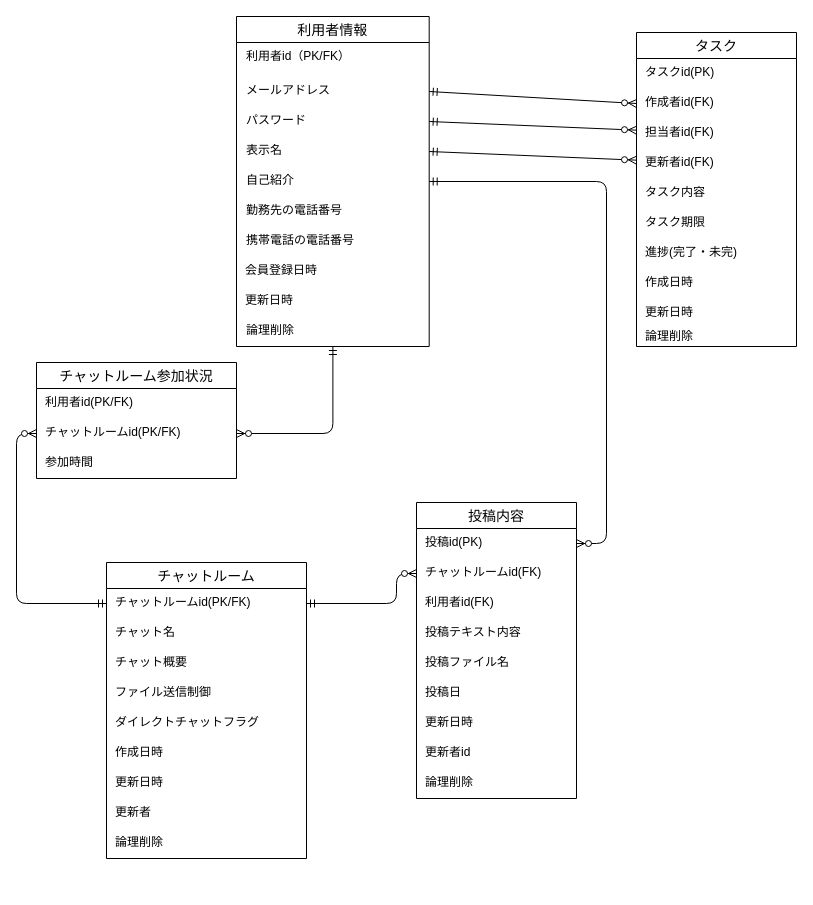
ytaka0407/quelcode-db keeps this draw.io diagram as db/db-challenge1/チャットルームER図.drawio. Above is the earlier version. Source tidied: cells renumbered, new cells numbered last; positions are measured from the earlier drawing's top-left corner, leaving out a move shared by most shapes. Both pictures are drawn from the tidied source at 100%, with x=0, y=0 at pixel (16, 16).
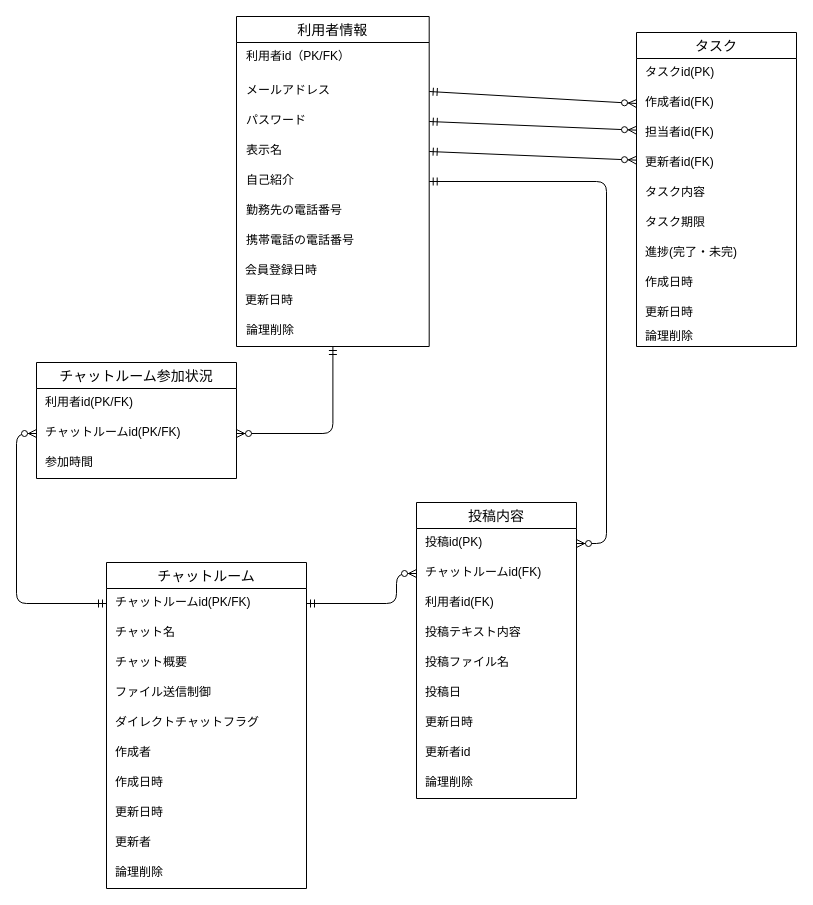
The same page after the edit.

Commit message:
チャットルームに作成者のカラムを追加

What changed in the source:
```diff
@@
     <mxCell id="31" value="チャットルーム" style="swimlane;fontStyle=0;horizontal=1;startSize=26;align=center;fontSize=14;" parent="1" vertex="1">
-      <mxGeometry x="90" y="546" width="200" height="296" as="geometry" />
+      <mxGeometry x="90" y="546" width="200" height="326" as="geometry" />
     </mxCell>
@@
+    <mxCell id="55" value="作成者" style="text;strokeColor=none;fillColor=none;spacingLeft=7;spacingRight=4;overflow=hidden;fontSize=12;" parent="31" vertex="1">
+      <mxGeometry y="176" width="200" height="30" as="geometry" />
+    </mxCell>
     <mxCell id="37" value="作成日時" style="text;strokeColor=none;fillColor=none;spacingLeft=7;spacingRight=4;overflow=hidden;fontSize=12;" parent="31" vertex="1">
-      <mxGeometry y="176" width="200" height="30" as="geometry" />
+      <mxGeometry y="206" width="200" height="30" as="geometry" />
     </mxCell>
     <mxCell id="38" value="更新日時" style="text;strokeColor=none;fillColor=none;spacingLeft=7;spacingRight=4;overflow=hidden;fontSize=12;" parent="31" vertex="1">
-      <mxGeometry y="206" width="200" height="30" as="geometry" />
+      <mxGeometry y="236" width="200" height="30" as="geometry" />
     </mxCell>
     <mxCell id="39" value="更新者" style="text;strokeColor=none;fillColor=none;spacingLeft=7;spacingRight=4;overflow=hidden;fontSize=12;" parent="31" vertex="1">
-      <mxGeometry y="236" width="200" height="30" as="geometry" />
+      <mxGeometry y="266" width="200" height="30" as="geometry" />
     </mxCell>
     <mxCell id="40" value="論理削除" style="text;strokeColor=none;fillColor=none;spacingLeft=7;spacingRight=4;overflow=hidden;fontSize=12;" parent="31" vertex="1">
-      <mxGeometry y="266" width="200" height="30" as="geometry" />
+      <mxGeometry y="296" width="200" height="30" as="geometry" />
     </mxCell>
```
